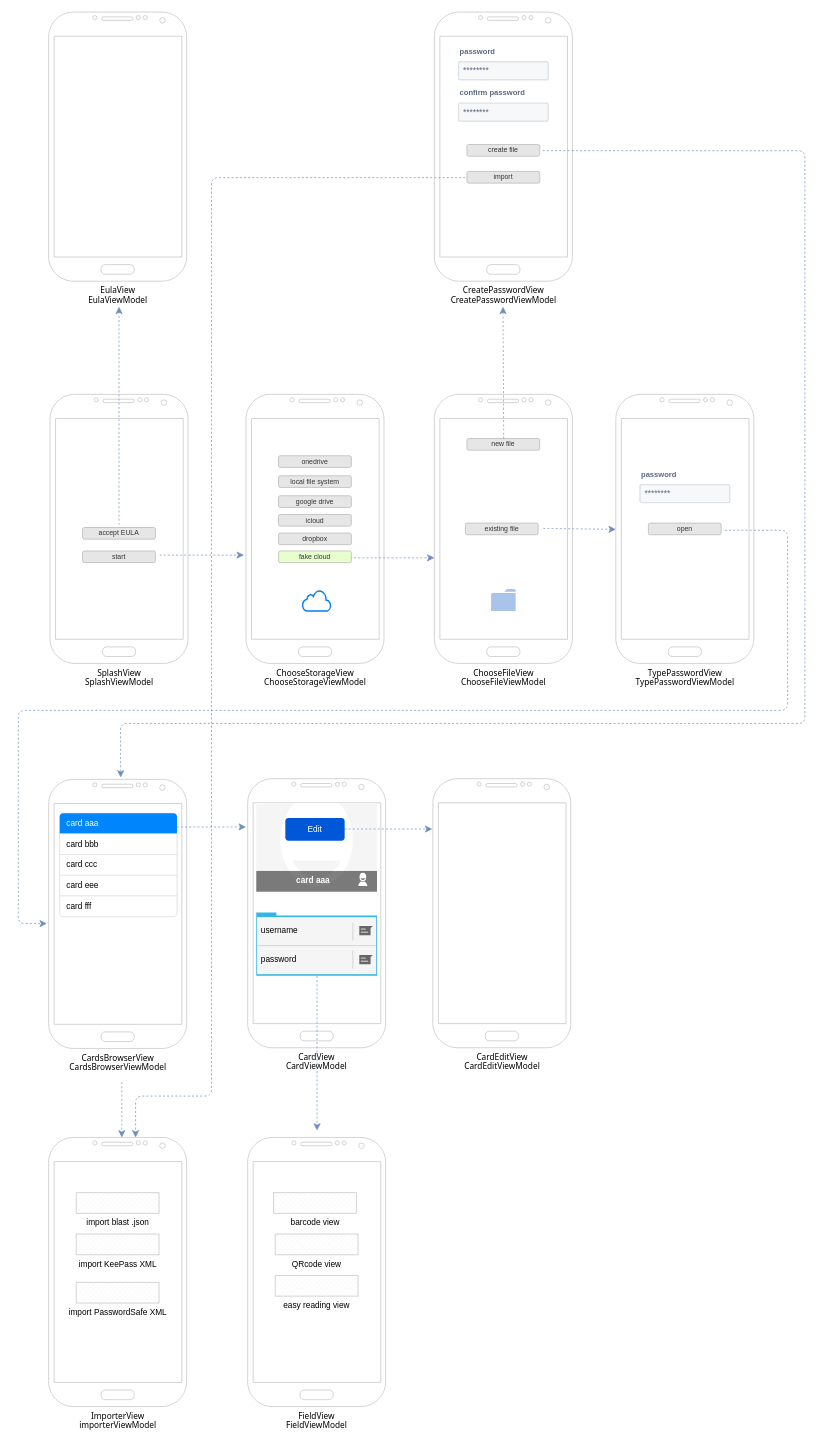
Earlier version of the draw.io diagram docs/navigation.drawio (nicolgit/blast). Source tidied: cells renumbered, new cells numbered last; positions are measured from the earlier drawing's top-left corner, leaving out a move shared by most shapes. Both pictures are drawn from the tidied source at 69%, with x=0, y=0 at pixel (18, 12).
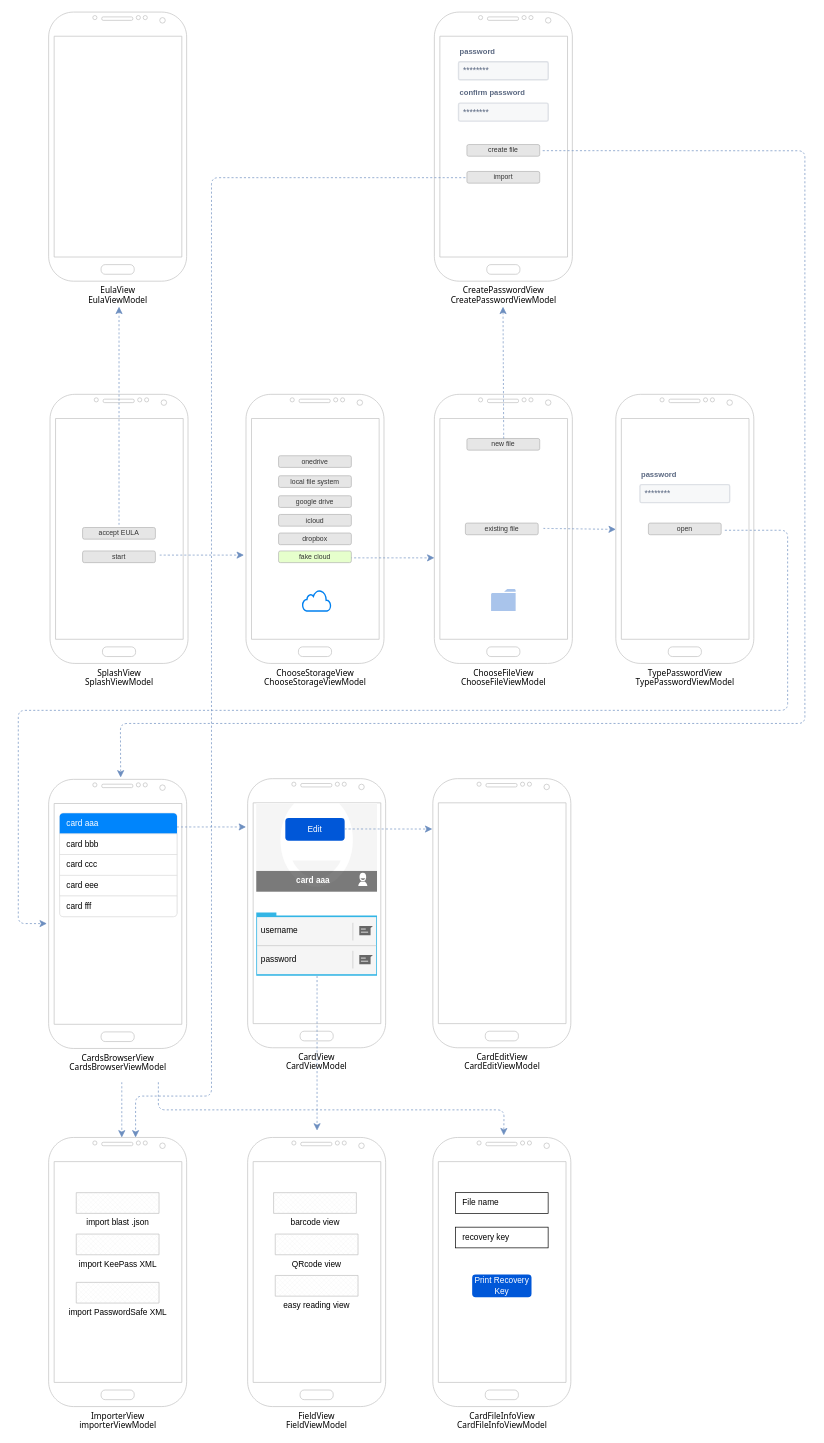
The same diagram, later.

Change to the diagram source:
```diff
@@
+    <mxCell id="63" value="CardFileInfoView&lt;br&gt;CardFileInfoViewModel" style="verticalLabelPosition=bottom;verticalAlign=top;html=1;shadow=0;dashed=0;strokeWidth=1;shape=mxgraph.android.phone2;strokeColor=#c0c0c0;fontSize=12;fontFamily=Tahoma;" parent="1" vertex="1">
+      <mxGeometry x="600.8" y="1631" width="200" height="390" as="geometry" />
+    </mxCell>
+    <mxCell id="64" style="endArrow=classic;html=1;rounded=1;fontSize=12;startSize=8;endSize=8;curved=0;fillColor=#dae8fc;strokeColor=#6c8ebf;dashed=1;entryX=0.514;entryY=-0.008;entryDx=0;entryDy=0;entryPerimeter=0;" parent="1" edge="1" target="63">
+      <mxGeometry relative="1" as="geometry">
+        <mxPoint x="203" y="1551" as="sourcePoint" />
+        <Array as="points">
+          <mxPoint x="203" y="1591" />
+          <mxPoint x="704" y="1591" />
+        </Array>
+      </mxGeometry>
+    </mxCell>
+    <mxCell id="65" value="File name" style="strokeColor=inherit;fillColor=inherit;gradientColor=inherit;fontColor=inherit;html=1;shadow=0;dashed=0;perimeter=none;whiteSpace=wrap;align=left;spacing=10;" parent="1" vertex="1">
+      <mxGeometry x="633.7" y="1711" width="134.2" height="30" as="geometry" />
+    </mxCell>
+    <mxCell id="66" value="recovery key" style="strokeColor=inherit;fillColor=inherit;gradientColor=inherit;fontColor=inherit;html=1;shadow=0;dashed=0;perimeter=none;whiteSpace=wrap;align=left;spacing=10;" parent="1" vertex="1">
+      <mxGeometry x="633.7" y="1761" width="134.2" height="30" as="geometry" />
+    </mxCell>
+    <mxCell id="67" value="Print Recovery Key" style="rounded=1;fillColor=#0057D8;strokeColor=none;html=1;whiteSpace=wrap;fontColor=#ffffff;align=center;verticalAlign=middle;fontStyle=0;fontSize=12;sketch=0;" parent="1" vertex="1">
+      <mxGeometry x="657.8" y="1829.5" width="86" height="33" as="geometry" />
+    </mxCell>
```
